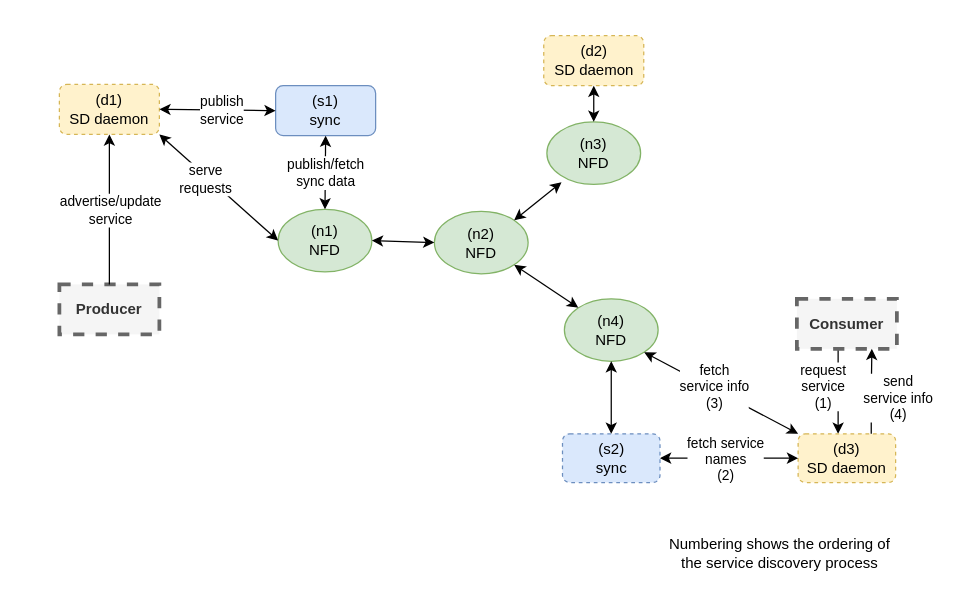
Above: service_discovery.drawio in dulalsaurab/NDNSD (draw.io), before the change. Source tidied: cells renumbered, new cells numbered last; positions are measured from the earlier drawing's top-left corner, leaving out a move shared by most shapes. Both pictures are drawn from the tidied source at 125%, with x=0, y=0 at pixel (46, 21).
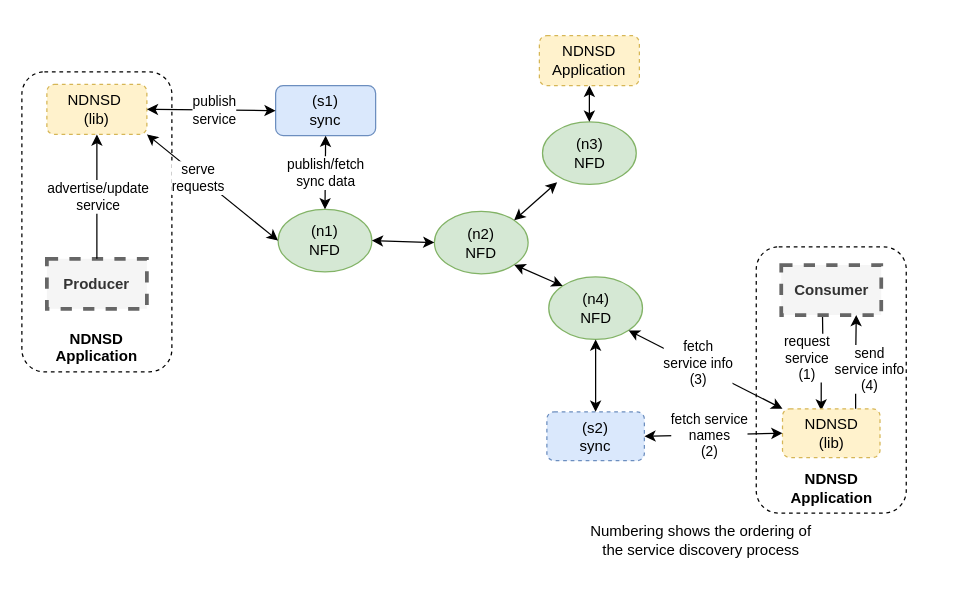
After the change.

Commit message:
remove the deamon part

Unchanged cells that the change refers to:
```xml
<mxCell id="32" style="edgeStyle=orthogonalEdgeStyle;rounded=0;jettySize=auto;html=1;exitX=0.75;exitY=0;exitDx=0;exitDy=0;startArrow=none;startFill=0;endArrow=classic;endFill=1;entryX=0.75;entryY=1;entryDx=0;entryDy=0;" parent="1" edge="1" source="27" target="26">
  <mxGeometry relative="1" as="geometry" />
</mxCell>
```

Change to the diagram source:
```diff
@@
+    <mxCell id="36" value="&lt;div&gt;&lt;br&gt;&lt;/div&gt;&lt;div&gt;&lt;br&gt;&lt;/div&gt;&lt;div&gt;&lt;br&gt;&lt;/div&gt;&lt;div&gt;&lt;b&gt;&lt;br&gt;&lt;/b&gt;&lt;/div&gt;&lt;div&gt;&lt;b&gt;&lt;br&gt;&lt;/b&gt;&lt;/div&gt;&lt;div&gt;&lt;b&gt;&lt;br&gt;&lt;/b&gt;&lt;/div&gt;&lt;div&gt;&lt;b&gt;&lt;br&gt;&lt;/b&gt;&lt;/div&gt;&lt;div&gt;&lt;b&gt;&lt;br&gt;&lt;/b&gt;&lt;/div&gt;&lt;div&gt;&lt;b&gt;&lt;br&gt;&lt;/b&gt;&lt;/div&gt;&lt;div&gt;&lt;b&gt;&lt;br&gt;&lt;/b&gt;&lt;/div&gt;&lt;div&gt;&lt;b&gt;&lt;br&gt;&lt;/b&gt;&lt;/div&gt;&lt;div&gt;&lt;b&gt;&lt;br&gt;&lt;/b&gt;&lt;/div&gt;&lt;div&gt;&lt;b&gt;&lt;br&gt;&lt;/b&gt;&lt;/div&gt;&lt;div&gt;&lt;b&gt;&lt;br&gt;&lt;/b&gt;&lt;/div&gt;&lt;div&gt;&lt;b&gt;NDNSD&lt;br&gt;&lt;/b&gt;&lt;/div&gt;&lt;div&gt;&lt;b&gt;Application&lt;br&gt;&lt;/b&gt;&lt;/div&gt;" style="rounded=1;whiteSpace=wrap;html=1;dashed=1;strokeWidth=1;fillColor=none;gradientColor=none;" parent="1" vertex="1">
+      <mxGeometry x="-20" y="40" width="120" height="240" as="geometry" />
+    </mxCell>
+    <mxCell id="37" value="&lt;div&gt;&lt;br&gt;&lt;/div&gt;&lt;div&gt;&lt;br&gt;&lt;/div&gt;&lt;div&gt;&lt;br&gt;&lt;/div&gt;&lt;div&gt;&lt;b&gt;&lt;br&gt;&lt;/b&gt;&lt;/div&gt;&lt;div&gt;&lt;b&gt;&lt;br&gt;&lt;/b&gt;&lt;/div&gt;&lt;div&gt;&lt;b&gt;&lt;br&gt;&lt;/b&gt;&lt;/div&gt;&lt;div&gt;&lt;b&gt;&lt;br&gt;&lt;/b&gt;&lt;/div&gt;&lt;div&gt;&lt;b&gt;&lt;br&gt;&lt;/b&gt;&lt;/div&gt;&lt;div&gt;&lt;b&gt;&lt;br&gt;&lt;/b&gt;&lt;/div&gt;&lt;div&gt;&lt;b&gt;&lt;br&gt;&lt;/b&gt;&lt;/div&gt;&lt;div&gt;&lt;b&gt;&lt;br&gt;&lt;/b&gt;&lt;/div&gt;&lt;div&gt;&lt;b&gt;&lt;br&gt;&lt;/b&gt;&lt;/div&gt;&lt;div&gt;&lt;b&gt;NDNSD&lt;br&gt;&lt;/b&gt;&lt;/div&gt;&lt;div&gt;&lt;b&gt;Application&lt;br&gt;&lt;/b&gt;&lt;/div&gt;" style="rounded=1;whiteSpace=wrap;html=1;dashed=1;strokeWidth=1;fillColor=none;gradientColor=none;" parent="1" vertex="1">
+      <mxGeometry x="567.5" y="180" width="120" height="213" as="geometry" />
+    </mxCell>
@@
     <mxCell id="4" value="&lt;div&gt;(n3)&lt;br&gt;&lt;/div&gt;&lt;div&gt;NFD&lt;/div&gt;" style="ellipse;whiteSpace=wrap;html=1;fillColor=#d5e8d4;strokeColor=#82b366;" parent="1" vertex="1">
-      <mxGeometry x="400" y="80" width="75" height="50" as="geometry" />
+      <mxGeometry x="396.5" y="80" width="75" height="50" as="geometry" />
     </mxCell>
     <mxCell id="5" value="(n4)&lt;br&gt;&lt;div&gt;NFD&lt;/div&gt;" style="ellipse;whiteSpace=wrap;html=1;fillColor=#d5e8d4;strokeColor=#82b366;" parent="1" vertex="1">
-      <mxGeometry x="414" y="221.5" width="75" height="50" as="geometry" />
+      <mxGeometry x="401.5" y="204" width="75" height="50" as="geometry" />
     </mxCell>
-    <mxCell id="6" value="&lt;div&gt;(d1)&lt;br&gt;&lt;/div&gt;&lt;div&gt;SD daemon&lt;/div&gt;" style="rounded=1;whiteSpace=wrap;html=1;dashed=1;fillColor=#fff2cc;strokeColor=#d6b656;" parent="1" vertex="1">
-      <mxGeometry x="10" y="50" width="80" height="40" as="geometry" />
+    <mxCell id="6" value="&lt;div&gt;NDNSD&amp;nbsp;&lt;/div&gt;&lt;div&gt;(lib)&lt;br&gt;&lt;/div&gt;" style="rounded=1;whiteSpace=wrap;html=1;dashed=1;fillColor=#fff2cc;strokeColor=#d6b656;" parent="1" vertex="1">
+      <mxGeometry y="50" width="80" height="40" as="geometry" />
     </mxCell>
@@
-    <mxCell id="17" value="&lt;div&gt;(d2)&lt;br&gt;&lt;/div&gt;&lt;div&gt;SD daemon&lt;/div&gt;" style="rounded=1;whiteSpace=wrap;html=1;dashed=1;fillColor=#fff2cc;strokeColor=#d6b656;" parent="1" vertex="1">
-      <mxGeometry x="397.5" y="11" width="80" height="40" as="geometry" />
+    <mxCell id="17" value="&lt;div&gt;NDNSD &lt;br&gt;&lt;/div&gt;&lt;div&gt;Application&lt;br&gt;&lt;/div&gt;" style="rounded=1;whiteSpace=wrap;html=1;dashed=1;fillColor=#fff2cc;strokeColor=#d6b656;" parent="1" vertex="1">
+      <mxGeometry x="394" y="11" width="80" height="40" as="geometry" />
     </mxCell>
     <mxCell id="18" value="&lt;div&gt;(s2)&lt;br&gt;&lt;/div&gt;&lt;div&gt;sync&lt;/div&gt;" style="rounded=1;whiteSpace=wrap;html=1;dashed=1;fillColor=#dae8fc;strokeColor=#6c8ebf;" parent="1" vertex="1">
-      <mxGeometry x="412.5" y="329.5" width="78" height="39" as="geometry" />
+      <mxGeometry x="400" y="312" width="78" height="39" as="geometry" />
     </mxCell>
@@
     <mxCell id="21" value="Producer" style="rounded=0;whiteSpace=wrap;html=1;dashed=1;strokeWidth=3;fillColor=#f5f5f5;strokeColor=#666666;fontColor=#333333;fontStyle=1;" parent="1" vertex="1">
-      <mxGeometry x="10" y="210" width="80" height="40" as="geometry" />
+      <mxGeometry y="189.5" width="80" height="40" as="geometry" />
     </mxCell>
@@
-    <mxCell id="24" style="edgeStyle=orthogonalEdgeStyle;rounded=0;orthogonalLoop=1;jettySize=auto;html=1;exitX=0.5;exitY=1;exitDx=0;exitDy=0;startArrow=none;startFill=0;endArrow=classic;endFill=1;" parent="1" edge="1">
+    <mxCell id="24" style="edgeStyle=orthogonalEdgeStyle;rounded=0;jettySize=auto;html=1;exitX=0.5;exitY=1;exitDx=0;exitDy=0;startArrow=none;startFill=0;endArrow=classic;endFill=1;entryX=0.397;entryY=0.038;entryDx=0;entryDy=0;entryPerimeter=0;" parent="1" edge="1" target="27">
       <mxGeometry relative="1" as="geometry">
-        <mxPoint x="633" y="261.5" as="sourcePoint" />
-        <mxPoint x="633" y="329.5" as="targetPoint" />
+        <mxPoint x="620.5" y="234.5" as="sourcePoint" />
       </mxGeometry>
     </mxCell>
@@
     <mxCell id="26" value="&lt;div&gt;Consumer&lt;/div&gt;" style="rounded=0;whiteSpace=wrap;html=1;dashed=1;strokeWidth=3;fillColor=#f5f5f5;strokeColor=#666666;fontColor=#333333;fontStyle=1;" parent="1" vertex="1">
-      <mxGeometry x="600" y="221.5" width="80" height="40" as="geometry" />
+      <mxGeometry x="587.5" y="194.5" width="80" height="40" as="geometry" />
     </mxCell>
-    <mxCell id="27" value="&lt;div&gt;(d3)&lt;br&gt;&lt;/div&gt;&lt;div&gt;SD daemon&lt;/div&gt;" style="rounded=1;whiteSpace=wrap;html=1;dashed=1;fillColor=#fff2cc;strokeColor=#d6b656;" parent="1" vertex="1">
-      <mxGeometry x="601" y="329.5" width="78" height="39" as="geometry" />
+    <mxCell id="27" value="&lt;div&gt;&lt;br&gt;&lt;/div&gt;&lt;div&gt;NDNSD &lt;br&gt;&lt;/div&gt;&lt;div&gt;(lib)&lt;/div&gt;&lt;div&gt;&lt;br&gt;&lt;/div&gt;" style="rounded=1;whiteSpace=wrap;html=1;dashed=1;fillColor=#fff2cc;strokeColor=#d6b656;" parent="1" vertex="1">
+      <mxGeometry x="588.5" y="309.5" width="78" height="39" as="geometry" />
     </mxCell>
@@
     <mxCell id="33" value="&lt;div&gt;send &lt;br&gt;&lt;/div&gt;&lt;div&gt;service info&lt;br&gt;&lt;/div&gt;&lt;div&gt;(4)&lt;br&gt;&lt;/div&gt;" style="edgeLabel;html=1;align=center;verticalAlign=middle;" parent="32" vertex="1">
       <mxGeometry x="-0.12" relative="1" as="geometry">
-        <mxPoint x="20.5" y="0.5" as="offset" />
+        <mxPoint x="10.5" y="0.5" as="offset" />
       </mxGeometry>
     </mxCell>
     <mxCell id="34" value="Numbering shows the ordering of &lt;br&gt;the service discovery process" style="text;html=1;align=center;verticalAlign=middle;" parent="1" vertex="1">
-      <mxGeometry x="490.5" y="410" width="190" height="30" as="geometry" />
+      <mxGeometry x="427.5" y="400" width="190" height="30" as="geometry" />
     </mxCell>
-    <mxCell id="35" style="rounded=0;whiteSpace=wrap;html=1;dashed=1;strokeWidth=1;fillColor=none;gradientColor=none;strokeColor=none;" parent="1" vertex="1">
-      <mxGeometry width="720" height="450" as="geometry" />
-    </mxCell>
```
